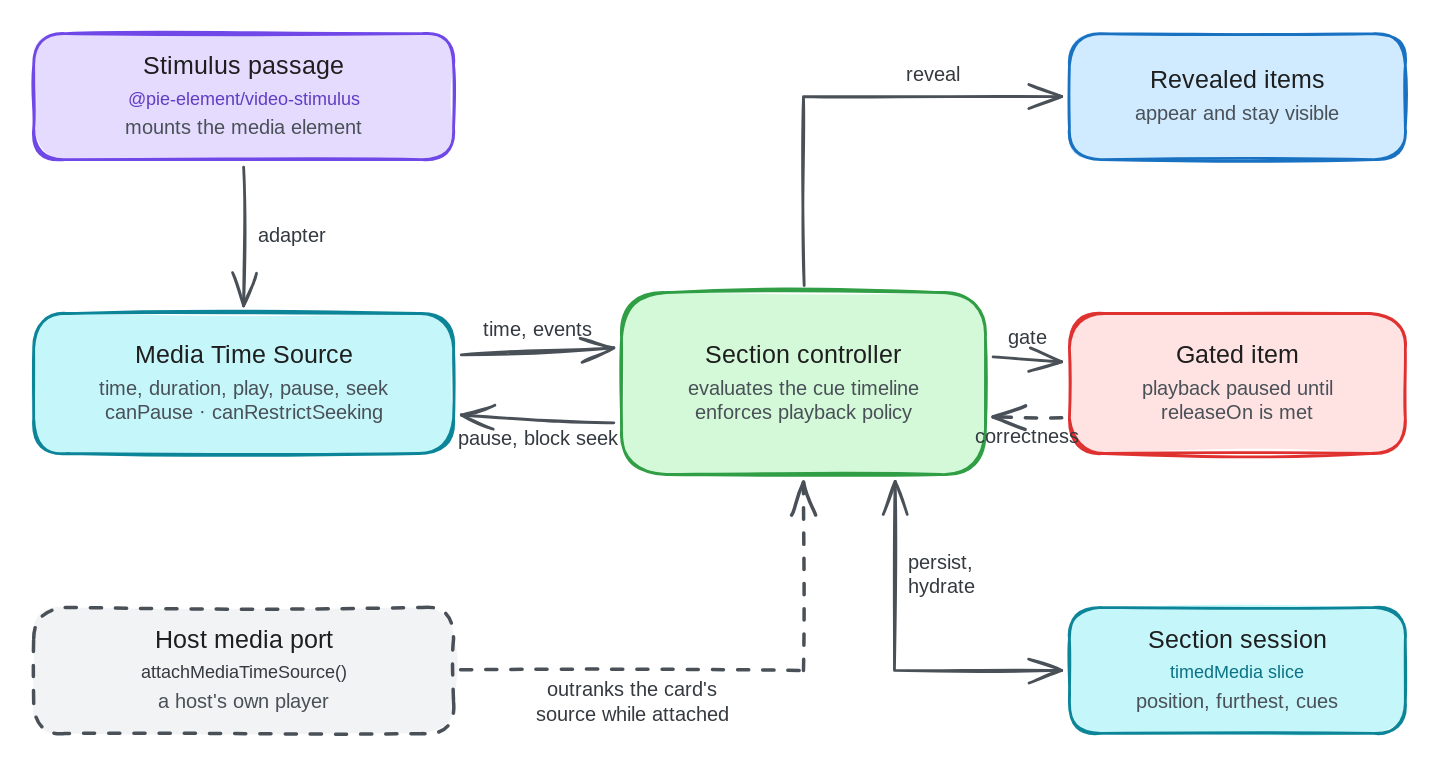
Before: packages/pie-website-app/static/images/diagrams/timed-media-flow.excalidraw.svg, a diagram exported from Excalidraw (pie-framework/pie-website-ng). Source tidied: one line per element, renumbered; positions are measured from the earlier drawing's top-left corner, leaving out a move shared by most shapes.
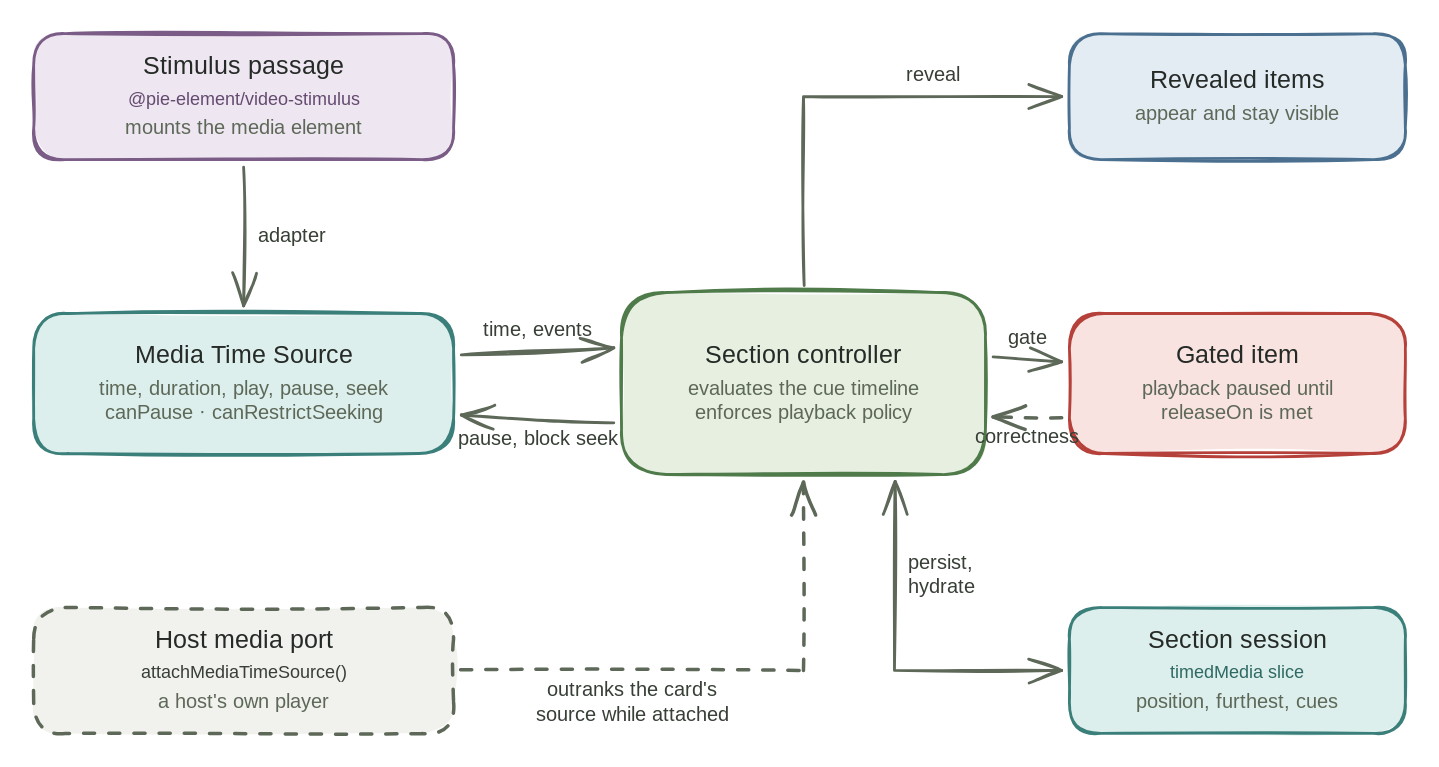
After the commit.

What changed in the source:
```diff
@@ -1,40 +1,40 @@
-{"id": 0, "type": "rectangle", "strokeColor": "#7048e8", "backgroundColor": "#e5dbff", "fillStyle": "solid", "strokeWidth": 2, "roughness": 1, "round": true, "x": 0, "y": 0, "width": 300, "height": 90}
+{"id": 0, "type": "rectangle", "strokeColor": "#7a5c86", "backgroundColor": "#eee6f0", "fillStyle": "solid", "strokeWidth": 2, "roughness": 1, "round": true, "x": 0, "y": 0, "width": 300, "height": 90}
-{"id": 1, "type": "text", "text": "Stimulus passage", "strokeColor": "#1e1e1e", "strokeWidth": 2, "roughness": 1, "fontSize": 18, "fontFamily": 5, "textAlign": "center", "x": 76, "y": 13, "width": 148, "height": 22}
+{"id": 1, "type": "text", "text": "Stimulus passage", "strokeColor": "#252a27", "strokeWidth": 2, "roughness": 1, "fontSize": 18, "fontFamily": 5, "textAlign": "center", "x": 76, "y": 13, "width": 148, "height": 22}
-{"id": 2, "type": "text", "text": "@pie-element/video-stimulus", "strokeColor": "#5f3dc4", "strokeWidth": 2, "roughness": 1, "fontSize": 13, "fontFamily": 8, "textAlign": "center", "x": 53, "y": 39, "width": 193, "height": 16}
+{"id": 2, "type": "text", "text": "@pie-element/video-stimulus", "strokeColor": "#654a70", "strokeWidth": 2, "roughness": 1, "fontSize": 13, "fontFamily": 8, "textAlign": "center", "x": 53, "y": 39, "width": 193, "height": 16}
-{"id": 3, "type": "text", "text": "mounts the media element", "strokeColor": "#495057", "strokeWidth": 2, "roughness": 1, "fontSize": 14, "fontFamily": 5, "textAlign": "center", "x": 63, "y": 60, "width": 175, "height": 18}
+{"id": 3, "type": "text", "text": "mounts the media element", "strokeColor": "#5d6858", "strokeWidth": 2, "roughness": 1, "fontSize": 14, "fontFamily": 5, "textAlign": "center", "x": 63, "y": 60, "width": 175, "height": 18}
-{"id": 4, "type": "rectangle", "strokeColor": "#0c8599", "backgroundColor": "#c5f6fa", "fillStyle": "solid", "strokeWidth": 2, "roughness": 1, "round": true, "x": 0, "y": 200, "width": 300, "height": 100}
+{"id": 4, "type": "rectangle", "strokeColor": "#3b7f7a", "backgroundColor": "#ddefec", "fillStyle": "solid", "strokeWidth": 2, "roughness": 1, "round": true, "x": 0, "y": 200, "width": 300, "height": 100}
-{"id": 5, "type": "text", "text": "Media Time Source", "strokeColor": "#1e1e1e", "strokeWidth": 2, "roughness": 1, "fontSize": 18, "fontFamily": 5, "textAlign": "center", "x": 68, "y": 219, "width": 163, "height": 22}
+{"id": 5, "type": "text", "text": "Media Time Source", "strokeColor": "#252a27", "strokeWidth": 2, "roughness": 1, "fontSize": 18, "fontFamily": 5, "textAlign": "center", "x": 68, "y": 219, "width": 163, "height": 22}
-{"id": 6, "type": "text", "text": "time, duration, play, pause, seek\ncanPause · canRestrictSeeking", "strokeColor": "#495057", "strokeWidth": 2, "roughness": 1, "fontSize": 14, "fontFamily": 5, "textAlign": "center", "x": 42, "y": 246, "width": 216, "height": 35}
+{"id": 6, "type": "text", "text": "time, duration, play, pause, seek\ncanPause · canRestrictSeeking", "strokeColor": "#5d6858", "strokeWidth": 2, "roughness": 1, "fontSize": 14, "fontFamily": 5, "textAlign": "center", "x": 42, "y": 246, "width": 216, "height": 35}
-{"id": 7, "type": "rectangle", "strokeColor": "#495057", "backgroundColor": "#f1f3f5", "fillStyle": "solid", "strokeWidth": 2, "strokeStyle": "dashed", "roughness": 1, "round": true, "x": 0, "y": 410, "width": 300, "height": 90}
+{"id": 7, "type": "rectangle", "strokeColor": "#5d6858", "backgroundColor": "#f1f1ed", "fillStyle": "solid", "strokeWidth": 2, "strokeStyle": "dashed", "roughness": 1, "round": true, "x": 0, "y": 410, "width": 300, "height": 90}
-{"id": 8, "type": "text", "text": "Host media port", "strokeColor": "#1e1e1e", "strokeWidth": 2, "roughness": 1, "fontSize": 18, "fontFamily": 5, "textAlign": "center", "x": 80, "y": 423, "width": 141, "height": 22}
+{"id": 8, "type": "text", "text": "Host media port", "strokeColor": "#252a27", "strokeWidth": 2, "roughness": 1, "fontSize": 18, "fontFamily": 5, "textAlign": "center", "x": 80, "y": 423, "width": 141, "height": 22}
-{"id": 9, "type": "text", "text": "attachMediaTimeSource()", "strokeColor": "#343a40", "strokeWidth": 2, "roughness": 1, "fontSize": 13, "fontFamily": 8, "textAlign": "center", "x": 68, "y": 449, "width": 164, "height": 16}
+{"id": 9, "type": "text", "text": "attachMediaTimeSource()", "strokeColor": "#373f36", "strokeWidth": 2, "roughness": 1, "fontSize": 13, "fontFamily": 8, "textAlign": "center", "x": 68, "y": 449, "width": 164, "height": 16}
-{"id": 10, "type": "text", "text": "a host's own player", "strokeColor": "#495057", "strokeWidth": 2, "roughness": 1, "fontSize": 14, "fontFamily": 5, "textAlign": "center", "x": 84, "y": 470, "width": 132, "height": 18}
+{"id": 10, "type": "text", "text": "a host's own player", "strokeColor": "#5d6858", "strokeWidth": 2, "roughness": 1, "fontSize": 14, "fontFamily": 5, "textAlign": "center", "x": 84, "y": 470, "width": 132, "height": 18}
-{"id": 11, "type": "rectangle", "strokeColor": "#2f9e44", "backgroundColor": "#d3f9d8", "fillStyle": "solid", "strokeWidth": 2, "roughness": 1, "round": true, "x": 420, "y": 185, "width": 260, "height": 130}
+{"id": 11, "type": "rectangle", "strokeColor": "#4f7a4a", "backgroundColor": "#e6efe0", "fillStyle": "solid", "strokeWidth": 2, "roughness": 1, "round": true, "x": 420, "y": 185, "width": 260, "height": 130}
-{"id": 12, "type": "text", "text": "Section controller", "strokeColor": "#1e1e1e", "strokeWidth": 2, "roughness": 1, "fontSize": 18, "fontFamily": 5, "textAlign": "center", "x": 473, "y": 219, "width": 154, "height": 22}
+{"id": 12, "type": "text", "text": "Section controller", "strokeColor": "#252a27", "strokeWidth": 2, "roughness": 1, "fontSize": 18, "fontFamily": 5, "textAlign": "center", "x": 473, "y": 219, "width": 154, "height": 22}
-{"id": 13, "type": "text", "text": "evaluates the cue timeline\nenforces playback policy", "strokeColor": "#495057", "strokeWidth": 2, "roughness": 1, "fontSize": 14, "fontFamily": 5, "textAlign": "center", "x": 462, "y": 246, "width": 176, "height": 35}
+{"id": 13, "type": "text", "text": "evaluates the cue timeline\nenforces playback policy", "strokeColor": "#5d6858", "strokeWidth": 2, "roughness": 1, "fontSize": 14, "fontFamily": 5, "textAlign": "center", "x": 462, "y": 246, "width": 176, "height": 35}
-{"id": 14, "type": "rectangle", "strokeColor": "#1971c2", "backgroundColor": "#d0ebff", "fillStyle": "solid", "strokeWidth": 2, "roughness": 1, "round": true, "x": 740, "y": 0, "width": 240, "height": 90}
+{"id": 14, "type": "rectangle", "strokeColor": "#4a6f8f", "backgroundColor": "#e3ecf3", "fillStyle": "solid", "strokeWidth": 2, "roughness": 1, "round": true, "x": 740, "y": 0, "width": 240, "height": 90}
-{"id": 15, "type": "text", "text": "Revealed items", "strokeColor": "#1e1e1e", "strokeWidth": 2, "roughness": 1, "fontSize": 18, "fontFamily": 5, "textAlign": "center", "x": 795, "y": 23, "width": 130, "height": 22}
+{"id": 15, "type": "text", "text": "Revealed items", "strokeColor": "#252a27", "strokeWidth": 2, "roughness": 1, "fontSize": 18, "fontFamily": 5, "textAlign": "center", "x": 795, "y": 23, "width": 130, "height": 22}
-{"id": 16, "type": "text", "text": "appear and stay visible", "strokeColor": "#495057", "strokeWidth": 2, "roughness": 1, "fontSize": 14, "fontFamily": 5, "textAlign": "center", "x": 782, "y": 50, "width": 156, "height": 18}
+{"id": 16, "type": "text", "text": "appear and stay visible", "strokeColor": "#5d6858", "strokeWidth": 2, "roughness": 1, "fontSize": 14, "fontFamily": 5, "textAlign": "center", "x": 782, "y": 50, "width": 156, "height": 18}
-{"id": 17, "type": "rectangle", "strokeColor": "#e03131", "backgroundColor": "#ffe3e3", "fillStyle": "solid", "strokeWidth": 2, "roughness": 1, "round": true, "x": 740, "y": 200, "width": 240, "height": 100}
+{"id": 17, "type": "rectangle", "strokeColor": "#b5413a", "backgroundColor": "#f8e3e0", "fillStyle": "solid", "strokeWidth": 2, "roughness": 1, "round": true, "x": 740, "y": 200, "width": 240, "height": 100}
-{"id": 18, "type": "text", "text": "Gated item", "strokeColor": "#1e1e1e", "strokeWidth": 2, "roughness": 1, "fontSize": 18, "fontFamily": 5, "textAlign": "center", "x": 811, "y": 219, "width": 98, "height": 22}
+{"id": 18, "type": "text", "text": "Gated item", "strokeColor": "#252a27", "strokeWidth": 2, "roughness": 1, "fontSize": 18, "fontFamily": 5, "textAlign": "center", "x": 811, "y": 219, "width": 98, "height": 22}
-{"id": 19, "type": "text", "text": "playback paused until\nreleaseOn is met", "strokeColor": "#495057", "strokeWidth": 2, "roughness": 1, "fontSize": 14, "fontFamily": 5, "textAlign": "center", "x": 788, "y": 246, "width": 144, "height": 35}
+{"id": 19, "type": "text", "text": "playback paused until\nreleaseOn is met", "strokeColor": "#5d6858", "strokeWidth": 2, "roughness": 1, "fontSize": 14, "fontFamily": 5, "textAlign": "center", "x": 788, "y": 246, "width": 144, "height": 35}
-{"id": 20, "type": "rectangle", "strokeColor": "#0c8599", "backgroundColor": "#c5f6fa", "fillStyle": "solid", "strokeWidth": 2, "roughness": 1, "round": true, "x": 740, "y": 410, "width": 240, "height": 90}
+{"id": 20, "type": "rectangle", "strokeColor": "#3b7f7a", "backgroundColor": "#ddefec", "fillStyle": "solid", "strokeWidth": 2, "roughness": 1, "round": true, "x": 740, "y": 410, "width": 240, "height": 90}
-{"id": 21, "type": "text", "text": "Section session", "strokeColor": "#1e1e1e", "strokeWidth": 2, "roughness": 1, "fontSize": 18, "fontFamily": 5, "textAlign": "center", "x": 792, "y": 423, "width": 135, "height": 22}
+{"id": 21, "type": "text", "text": "Section session", "strokeColor": "#252a27", "strokeWidth": 2, "roughness": 1, "fontSize": 18, "fontFamily": 5, "textAlign": "center", "x": 792, "y": 423, "width": 135, "height": 22}
-{"id": 22, "type": "text", "text": "timedMedia slice", "strokeColor": "#0b7285", "strokeWidth": 2, "roughness": 1, "fontSize": 13, "fontFamily": 8, "textAlign": "center", "x": 803, "y": 449, "width": 114, "height": 16}
+{"id": 22, "type": "text", "text": "timedMedia slice", "strokeColor": "#2f6964", "strokeWidth": 2, "roughness": 1, "fontSize": 13, "fontFamily": 8, "textAlign": "center", "x": 803, "y": 449, "width": 114, "height": 16}
-{"id": 23, "type": "text", "text": "position, furthest, cues", "strokeColor": "#495057", "strokeWidth": 2, "roughness": 1, "fontSize": 14, "fontFamily": 5, "textAlign": "center", "x": 779, "y": 470, "width": 161, "height": 18}
+{"id": 23, "type": "text", "text": "position, furthest, cues", "strokeColor": "#5d6858", "strokeWidth": 2, "roughness": 1, "fontSize": 14, "fontFamily": 5, "textAlign": "center", "x": 779, "y": 470, "width": 161, "height": 18}
-{"id": 24, "type": "arrow", "strokeColor": "#495057", "strokeWidth": 2, "roughness": 1, "endArrowhead": "arrow", "from": 0, "to": 4, "x": 150, "y": 96, "width": 0, "height": 99, "points": [[0, 0], [0, 99]]}
+{"id": 24, "type": "arrow", "strokeColor": "#5d6858", "strokeWidth": 2, "roughness": 1, "endArrowhead": "arrow", "from": 0, "to": 4, "x": 150, "y": 96, "width": 0, "height": 99, "points": [[0, 0], [0, 99]]}
-{"id": 25, "type": "text", "text": "adapter", "strokeColor": "#343a40", "strokeWidth": 2, "roughness": 1, "fontSize": 14, "fontFamily": 5, "x": 160, "y": 136, "width": 53, "height": 18}
+{"id": 25, "type": "text", "text": "adapter", "strokeColor": "#373f36", "strokeWidth": 2, "roughness": 1, "fontSize": 14, "fontFamily": 5, "x": 160, "y": 136, "width": 53, "height": 18}
-{"id": 26, "type": "arrow", "strokeColor": "#495057", "strokeWidth": 2, "roughness": 1, "endArrowhead": "arrow", "from": 4, "to": 11, "x": 306, "y": 230, "width": 109, "height": 5, "points": [[0, 0], [109, -5]]}
+{"id": 26, "type": "arrow", "strokeColor": "#5d6858", "strokeWidth": 2, "roughness": 1, "endArrowhead": "arrow", "from": 4, "to": 11, "x": 306, "y": 230, "width": 109, "height": 5, "points": [[0, 0], [109, -5]]}
-{"id": 27, "type": "text", "text": "time, events", "strokeColor": "#343a40", "strokeWidth": 2, "roughness": 1, "fontSize": 14, "fontFamily": 5, "textAlign": "center", "x": 319, "y": 204, "width": 82, "height": 18}
+{"id": 27, "type": "text", "text": "time, events", "strokeColor": "#373f36", "strokeWidth": 2, "roughness": 1, "fontSize": 14, "fontFamily": 5, "textAlign": "center", "x": 319, "y": 204, "width": 82, "height": 18}
-{"id": 28, "type": "arrow", "strokeColor": "#495057", "strokeWidth": 2, "roughness": 1, "endArrowhead": "arrow", "from": 11, "to": 4, "x": 414, "y": 278, "width": 109, "height": 6, "points": [[0, 0], [-109, -6]]}
+{"id": 28, "type": "arrow", "strokeColor": "#5d6858", "strokeWidth": 2, "roughness": 1, "endArrowhead": "arrow", "from": 11, "to": 4, "x": 414, "y": 278, "width": 109, "height": 6, "points": [[0, 0], [-109, -6]]}
-{"id": 29, "type": "text", "text": "pause, block seek", "strokeColor": "#343a40", "strokeWidth": 2, "roughness": 1, "fontSize": 14, "fontFamily": 5, "textAlign": "center", "x": 301, "y": 281, "width": 117, "height": 18}
+{"id": 29, "type": "text", "text": "pause, block seek", "strokeColor": "#373f36", "strokeWidth": 2, "roughness": 1, "fontSize": 14, "fontFamily": 5, "textAlign": "center", "x": 301, "y": 281, "width": 117, "height": 18}
-{"id": 30, "type": "arrow", "strokeColor": "#495057", "strokeWidth": 2, "strokeStyle": "dashed", "roughness": 1, "endArrowhead": "arrow", "from": 7, "to": 11, "x": 305, "y": 454, "width": 245, "height": 134, "points": [[0, 0], [245, 0], [245, -134]]}
+{"id": 30, "type": "arrow", "strokeColor": "#5d6858", "strokeWidth": 2, "strokeStyle": "dashed", "roughness": 1, "endArrowhead": "arrow", "from": 7, "to": 11, "x": 305, "y": 454, "width": 245, "height": 134, "points": [[0, 0], [245, 0], [245, -134]]}
-{"id": 31, "type": "text", "text": "outranks the card's\nsource while attached", "strokeColor": "#343a40", "strokeWidth": 2, "roughness": 1, "fontSize": 14, "fontFamily": 5, "textAlign": "center", "x": 353, "y": 461, "width": 150, "height": 35}
+{"id": 31, "type": "text", "text": "outranks the card's\nsource while attached", "strokeColor": "#373f36", "strokeWidth": 2, "roughness": 1, "fontSize": 14, "fontFamily": 5, "textAlign": "center", "x": 353, "y": 461, "width": 150, "height": 35}
-{"id": 32, "type": "arrow", "strokeColor": "#495057", "strokeWidth": 2, "roughness": 1, "endArrowhead": "arrow", "from": 11, "to": 14, "x": 550, "y": 180, "width": 184, "height": 135, "points": [[0, 0], [0, -135], [184, -135]]}
+{"id": 32, "type": "arrow", "strokeColor": "#5d6858", "strokeWidth": 2, "roughness": 1, "endArrowhead": "arrow", "from": 11, "to": 14, "x": 550, "y": 180, "width": 184, "height": 135, "points": [[0, 0], [0, -135], [184, -135]]}
-{"id": 33, "type": "text", "text": "reveal", "strokeColor": "#343a40", "strokeWidth": 2, "roughness": 1, "fontSize": 14, "fontFamily": 5, "textAlign": "center", "x": 623, "y": 22, "width": 39, "height": 18}
+{"id": 33, "type": "text", "text": "reveal", "strokeColor": "#373f36", "strokeWidth": 2, "roughness": 1, "fontSize": 14, "fontFamily": 5, "textAlign": "center", "x": 623, "y": 22, "width": 39, "height": 18}
-{"id": 34, "type": "arrow", "strokeColor": "#495057", "strokeWidth": 2, "roughness": 1, "endArrowhead": "arrow", "from": 11, "to": 17, "x": 686, "y": 231, "width": 49, "height": 4, "points": [[0, 0], [49, 4]]}
+{"id": 34, "type": "arrow", "strokeColor": "#5d6858", "strokeWidth": 2, "roughness": 1, "endArrowhead": "arrow", "from": 11, "to": 17, "x": 686, "y": 231, "width": 49, "height": 4, "points": [[0, 0], [49, 4]]}
-{"id": 35, "type": "text", "text": "gate", "strokeColor": "#343a40", "strokeWidth": 2, "roughness": 1, "fontSize": 14, "fontFamily": 5, "textAlign": "center", "x": 694, "y": 209, "width": 31, "height": 18}
+{"id": 35, "type": "text", "text": "gate", "strokeColor": "#373f36", "strokeWidth": 2, "roughness": 1, "fontSize": 14, "fontFamily": 5, "textAlign": "center", "x": 694, "y": 209, "width": 31, "height": 18}
-{"id": 36, "type": "arrow", "strokeColor": "#495057", "strokeWidth": 2, "strokeStyle": "dashed", "roughness": 1, "endArrowhead": "arrow", "from": 17, "to": 11, "x": 734, "y": 274, "width": 49, "height": 1, "points": [[0, 0], [-49, -1]]}
+{"id": 36, "type": "arrow", "strokeColor": "#5d6858", "strokeWidth": 2, "strokeStyle": "dashed", "roughness": 1, "endArrowhead": "arrow", "from": 17, "to": 11, "x": 734, "y": 274, "width": 49, "height": 1, "points": [[0, 0], [-49, -1]]}
-{"id": 37, "type": "text", "text": "correctness", "strokeColor": "#343a40", "strokeWidth": 2, "roughness": 1, "fontSize": 14, "fontFamily": 5, "textAlign": "center", "x": 670, "y": 280, "width": 79, "height": 18}
+{"id": 37, "type": "text", "text": "correctness", "strokeColor": "#373f36", "strokeWidth": 2, "roughness": 1, "fontSize": 14, "fontFamily": 5, "textAlign": "center", "x": 670, "y": 280, "width": 79, "height": 18}
-{"id": 38, "type": "arrow", "strokeColor": "#495057", "strokeWidth": 2, "roughness": 1, "startArrowhead": "arrow", "endArrowhead": "arrow", "from": 11, "to": 20, "x": 616, "y": 320, "width": 120, "height": 135, "points": [[0, 0], [0, 135], [119, 135]]}
+{"id": 38, "type": "arrow", "strokeColor": "#5d6858", "strokeWidth": 2, "roughness": 1, "startArrowhead": "arrow", "endArrowhead": "arrow", "from": 11, "to": 20, "x": 616, "y": 320, "width": 120, "height": 135, "points": [[0, 0], [0, 135], [119, 135]]}
-{"id": 39, "type": "text", "text": "persist,\nhydrate", "strokeColor": "#343a40", "strokeWidth": 2, "roughness": 1, "fontSize": 14, "fontFamily": 5, "x": 625, "y": 370, "width": 52, "height": 35}
+{"id": 39, "type": "text", "text": "persist,\nhydrate", "strokeColor": "#373f36", "strokeWidth": 2, "roughness": 1, "fontSize": 14, "fontFamily": 5, "x": 625, "y": 370, "width": 52, "height": 35}
```
